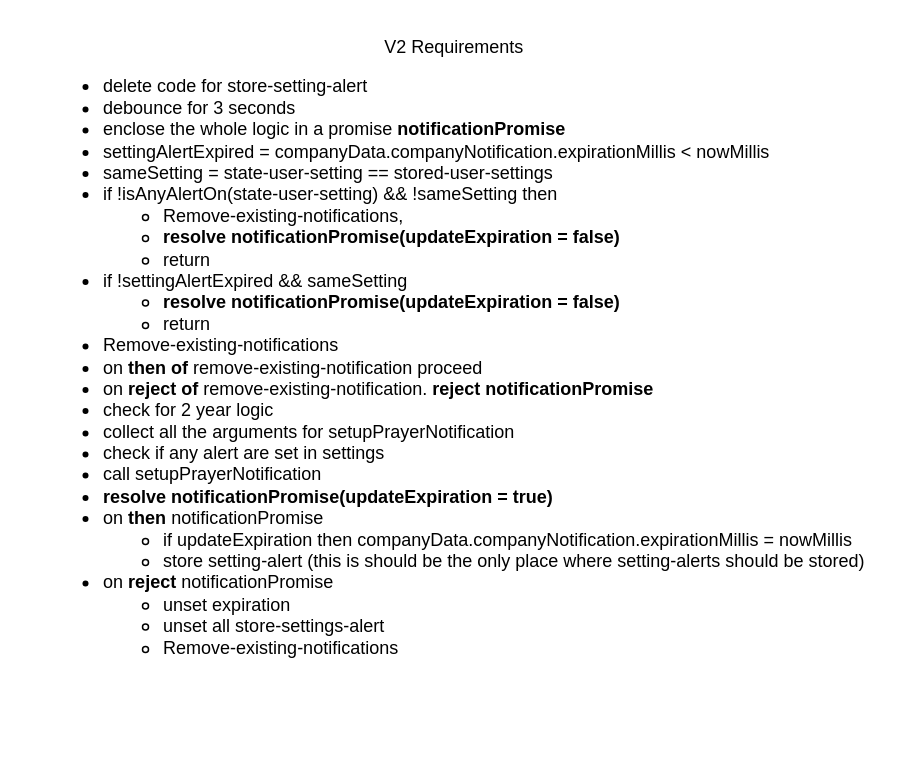
sherazc/playground keeps this draw.io diagram as page "v2 notification design" (7 of 7) of projects/central_masjid_dashboard/cdb/misc/docs-mobile/MDB Mobile Setup Notifications.drawio. Above is the earlier version. Source tidied: cells renumbered, new cells numbered last; positions are measured from the earlier drawing's top-left corner, leaving out a move shared by most shapes. Both pictures are drawn from the tidied source at 150%, with x=0, y=0 at pixel (26, 26).
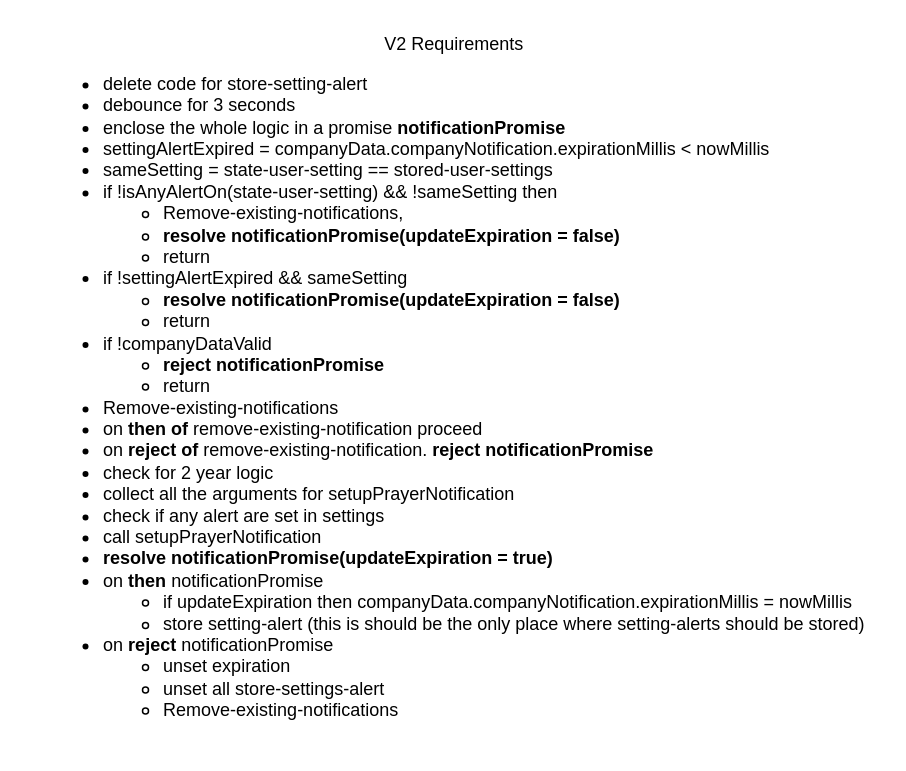
Above is the later version.

The edit, as a diff of the source:
```diff
@@
 <mxGraphModel>
   <root>
     <mxCell id="0" />
     <mxCell id="1" parent="0" />
-    <mxCell id="2" value="&lt;div&gt;V2 Requirements&lt;/div&gt;&lt;ul&gt;&lt;li style=&quot;text-align: left;&quot;&gt;delete code for store-setting-alert&lt;/li&gt;&lt;li style=&quot;text-align: left;&quot;&gt;debounce for 3 seconds&amp;nbsp;&lt;/li&gt;&lt;li style=&quot;text-align: left;&quot;&gt;enclose the whole logic in a promise&amp;nbsp;&lt;b&gt;notificationPromise&lt;/b&gt;&lt;/li&gt;&lt;li style=&quot;text-align: left;&quot;&gt;&lt;span style=&quot;background-color: initial;&quot;&gt;settingAlertExpired = companyData.companyNotification.&lt;/span&gt;expirationMillis &amp;lt; nowMillis&lt;/li&gt;&lt;li style=&quot;text-align: left;&quot;&gt;sameSetting = state-user-setting == stored-user-settings&lt;br&gt;&lt;/li&gt;&lt;li style=&quot;text-align: left;&quot;&gt;if !isAnyAlertOn(state-user-setting) &amp;amp;&amp;amp; !sameSetting&amp;nbsp;then&amp;nbsp;&lt;/li&gt;&lt;ul&gt;&lt;li style=&quot;text-align: left;&quot;&gt;Remove-existing-notifications,&amp;nbsp;&lt;/li&gt;&lt;li style=&quot;text-align: left;&quot;&gt;&lt;b&gt;resolve&amp;nbsp;notificationPromise(updateExpiration = false)&lt;/b&gt;&lt;/li&gt;&lt;li style=&quot;text-align: left;&quot;&gt;return&lt;/li&gt;&lt;/ul&gt;&lt;li style=&quot;text-align: left;&quot;&gt;if !settingAlertExpired&amp;nbsp;&amp;amp;&amp;amp;&amp;nbsp;sameSetting&lt;/li&gt;&lt;ul&gt;&lt;li style=&quot;text-align: left;&quot;&gt;&lt;b&gt;resolve&amp;nbsp;notificationPromise(updateExpiration = false)&lt;/b&gt;&lt;/li&gt;&lt;li style=&quot;text-align: left;&quot;&gt;return&lt;/li&gt;&lt;/ul&gt;&lt;li style=&quot;text-align: left;&quot;&gt;Remove-existing-notifications&lt;/li&gt;&lt;li style=&quot;text-align: left;&quot;&gt;on &lt;b&gt;then of&lt;/b&gt; remove-existing-notification proceed&lt;/li&gt;&lt;li style=&quot;text-align: left;&quot;&gt;on &lt;b&gt;reject of&lt;/b&gt; remove-existing-notification. &lt;b&gt;reject&amp;nbsp;notificationPromise &amp;nbsp;&lt;/b&gt;&lt;/li&gt;&lt;li style=&quot;text-align: left;&quot;&gt;check for 2 year logic&lt;/li&gt;&lt;li style=&quot;text-align: left;&quot;&gt;collect all the arguments for&amp;nbsp;setupPrayerNotification&lt;/li&gt;&lt;li style=&quot;text-align: left;&quot;&gt;check if any alert are set in settings&lt;/li&gt;&lt;li style=&quot;text-align: left;&quot;&gt;call&amp;nbsp;setupPrayerNotification&lt;/li&gt;&lt;li style=&quot;text-align: left;&quot;&gt;&lt;b&gt;resolve notificationPromise(updateExpiration = true)&lt;/b&gt;&lt;br&gt;&lt;/li&gt;&lt;li style=&quot;text-align: left;&quot;&gt;on &lt;b&gt;then&lt;/b&gt;&amp;nbsp;notificationPromise&lt;/li&gt;&lt;ul&gt;&lt;li style=&quot;text-align: left;&quot;&gt;if updateExpiration then companyData.companyNotification.expirationMillis = nowMillis&lt;/li&gt;&lt;li style=&quot;text-align: left;&quot;&gt;store setting-alert (this is should be the only place where setting-alerts should be stored)&lt;/li&gt;&lt;/ul&gt;&lt;li style=&quot;text-align: left;&quot;&gt;on &lt;b&gt;reject&lt;/b&gt;&amp;nbsp;notificationPromise&lt;/li&gt;&lt;ul&gt;&lt;li style=&quot;text-align: left;&quot;&gt;unset expiration&lt;/li&gt;&lt;li style=&quot;text-align: left;&quot;&gt;unset all store-settings-alert&lt;/li&gt;&lt;li style=&quot;text-align: left;&quot;&gt;Remove-existing-notifications&lt;/li&gt;&lt;/ul&gt;&lt;/ul&gt;" style="text;html=1;align=center;verticalAlign=middle;strokeColor=none;fillColor=none;fontSize=12;" parent="1" vertex="1">
-      <mxGeometry width="570" height="440" as="geometry" />
+    <mxCell id="2" value="&lt;div&gt;V2 Requirements&lt;/div&gt;&lt;ul&gt;&lt;li style=&quot;text-align: left;&quot;&gt;delete code for store-setting-alert&lt;/li&gt;&lt;li style=&quot;text-align: left;&quot;&gt;debounce for 3 seconds&amp;nbsp;&lt;/li&gt;&lt;li style=&quot;text-align: left;&quot;&gt;enclose the whole logic in a promise&amp;nbsp;&lt;b&gt;notificationPromise&lt;/b&gt;&lt;/li&gt;&lt;li style=&quot;text-align: left;&quot;&gt;&lt;span style=&quot;background-color: initial;&quot;&gt;settingAlertExpired = companyData.companyNotification.&lt;/span&gt;expirationMillis &amp;lt; nowMillis&lt;/li&gt;&lt;li style=&quot;text-align: left;&quot;&gt;sameSetting = state-user-setting == stored-user-settings&lt;br&gt;&lt;/li&gt;&lt;li style=&quot;text-align: left;&quot;&gt;if !isAnyAlertOn(state-user-setting) &amp;amp;&amp;amp; !sameSetting&amp;nbsp;then&amp;nbsp;&lt;/li&gt;&lt;ul&gt;&lt;li style=&quot;text-align: left;&quot;&gt;Remove-existing-notifications,&amp;nbsp;&lt;/li&gt;&lt;li style=&quot;text-align: left;&quot;&gt;&lt;b&gt;resolve&amp;nbsp;notificationPromise(updateExpiration = false)&lt;/b&gt;&lt;/li&gt;&lt;li style=&quot;text-align: left;&quot;&gt;return&lt;/li&gt;&lt;/ul&gt;&lt;li style=&quot;text-align: left;&quot;&gt;if !settingAlertExpired&amp;nbsp;&amp;amp;&amp;amp;&amp;nbsp;sameSetting&lt;/li&gt;&lt;ul&gt;&lt;li style=&quot;text-align: left;&quot;&gt;&lt;b&gt;resolve&amp;nbsp;notificationPromise(updateExpiration = false)&lt;/b&gt;&lt;/li&gt;&lt;li style=&quot;text-align: left;&quot;&gt;return&lt;/li&gt;&lt;/ul&gt;&lt;li style=&quot;text-align: left;&quot;&gt;if !companyDataValid&lt;/li&gt;&lt;ul&gt;&lt;li style=&quot;text-align: left;&quot;&gt;&lt;b&gt;reject notificationPromise&lt;/b&gt;&lt;/li&gt;&lt;li style=&quot;text-align: left;&quot;&gt;return&lt;/li&gt;&lt;/ul&gt;&lt;li style=&quot;text-align: left;&quot;&gt;Remove-existing-notifications&lt;/li&gt;&lt;li style=&quot;text-align: left;&quot;&gt;on &lt;b&gt;then of&lt;/b&gt; remove-existing-notification proceed&lt;/li&gt;&lt;li style=&quot;text-align: left;&quot;&gt;on &lt;b&gt;reject of&lt;/b&gt; remove-existing-notification. &lt;b&gt;reject&amp;nbsp;notificationPromise &amp;nbsp;&lt;/b&gt;&lt;/li&gt;&lt;li style=&quot;text-align: left;&quot;&gt;check for 2 year logic&lt;/li&gt;&lt;li style=&quot;text-align: left;&quot;&gt;collect all the arguments for&amp;nbsp;setupPrayerNotification&lt;/li&gt;&lt;li style=&quot;text-align: left;&quot;&gt;check if any alert are set in settings&lt;/li&gt;&lt;li style=&quot;text-align: left;&quot;&gt;call&amp;nbsp;setupPrayerNotification&lt;/li&gt;&lt;li style=&quot;text-align: left;&quot;&gt;&lt;b&gt;resolve notificationPromise(updateExpiration = true)&lt;/b&gt;&lt;br&gt;&lt;/li&gt;&lt;li style=&quot;text-align: left;&quot;&gt;on &lt;b&gt;then&lt;/b&gt;&amp;nbsp;notificationPromise&lt;/li&gt;&lt;ul&gt;&lt;li style=&quot;text-align: left;&quot;&gt;if updateExpiration then companyData.companyNotification.expirationMillis = nowMillis&lt;/li&gt;&lt;li style=&quot;text-align: left;&quot;&gt;store setting-alert (this is should be the only place where setting-alerts should be stored)&lt;/li&gt;&lt;/ul&gt;&lt;li style=&quot;text-align: left;&quot;&gt;on &lt;b&gt;reject&lt;/b&gt;&amp;nbsp;notificationPromise&lt;/li&gt;&lt;ul&gt;&lt;li style=&quot;text-align: left;&quot;&gt;unset expiration&lt;/li&gt;&lt;li style=&quot;text-align: left;&quot;&gt;unset all store-settings-alert&lt;/li&gt;&lt;li style=&quot;text-align: left;&quot;&gt;Remove-existing-notifications&lt;/li&gt;&lt;/ul&gt;&lt;/ul&gt;" style="text;html=1;align=center;verticalAlign=middle;strokeColor=none;fillColor=none;fontSize=12;" parent="1" vertex="1">
+      <mxGeometry width="570" height="480" as="geometry" />
     </mxCell>
   </root>
 </mxGraphModel>
```
